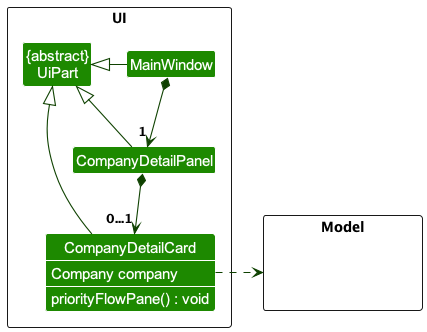
The PlantUML diagram docs/images/DetailPanelClassDiagram.png in tayruxin/tp, before a commit.
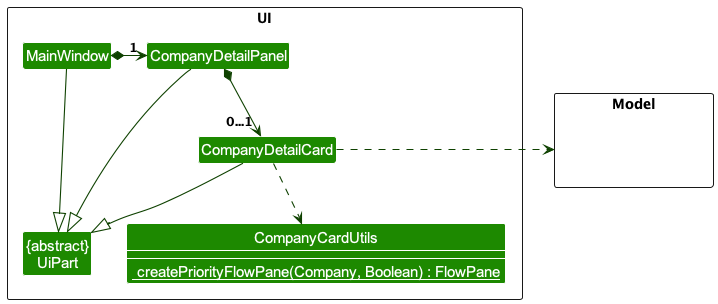
The same file after the commit.

Commit message:
Edit Class Diagram

Change to the diagram source:
```diff
@@ -7,22 +7,24 @@
 package UI <<Rectangle>>{
 Class MainWindow
 Class CompanyDetailPanel
-Class CompanyDetailCard {
-Company company
-priorityFlowPane() : void
+Class CompanyDetailCard
+Class "{abstract}\nUiPart" as UiPart
+Class CompanyCardUtils {
+<u> createPriorityFlowPane(Company, Boolean) : FlowPane
 }
-Class "{abstract}\nUiPart" as UiPart
 }
 package Model <<Rectangle>> {
 Class HiddenModel #FFFFFF
 }
-MainWindow *-down-> "1" CompanyDetailPanel
+
+MainWindow *-right-> "1" CompanyDetailPanel
 CompanyDetailPanel *-down-> "0...1" CompanyDetailCard
 CompanyDetailCard -right..> Model
-MainWindow -left-|> UiPart
+MainWindow -down-|> UiPart
 CompanyDetailPanel -down-|> UiPart
-CompanyDetailCard -left-|> UiPart
+CompanyDetailCard -down-|> UiPart
+CompanyDetailCard .down.> CompanyCardUtils
 
-show CompanyDetailCard members
+show CompanyCardUtils members
 
 @enduml
```
